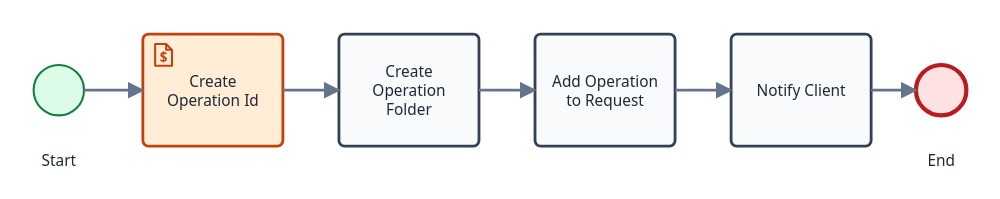
Before: operations/131_Create Operation Process.svg, a diagram exported from BPMN (acarvajalperez/bpmn-diagrams). Its source is kept beside it as operations/131_Create Operation Process.bpmn. Ids are renumbered.
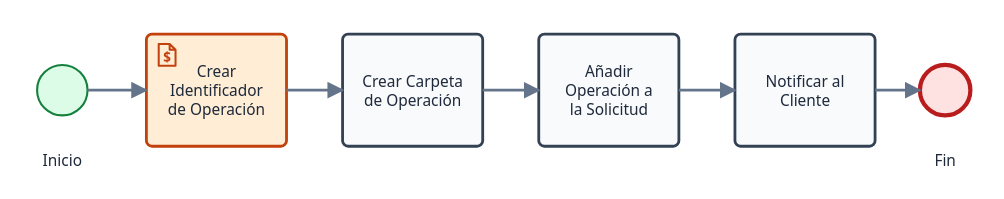
The same diagram one commit later.

Diff of the diagram source:
```diff
@@ -1,10 +1,10 @@
 <bpmn:definitions xmlns:bpmn="http://www.omg.org/spec/BPMN/20100524/MODEL" xmlns:bpmndi="http://www.omg.org/spec/BPMN/20100524/DI" xmlns:dc="http://www.omg.org/spec/DD/20100524/DC" xmlns:bioc="http://bpmn.io/schema/bpmn/biocolor/1.0" xmlns:color="http://www.omg.org/spec/BPMN/non-normative/color/1.0" xmlns:di="http://www.omg.org/spec/DD/20100524/DI" xmlns:zeebe="http://camunda.org/schema/zeebe/1.0" xmlns:modeler="http://camunda.org/schema/modeler/1.0" id="Definitions_1" targetNamespace="http://bpmn.io/schema/bpmn" exporter="Camunda Modeler" exporterVersion="5.51.1" modeler:executionPlatform="Camunda Cloud" modeler:executionPlatformVersion="8.8.0">
-  <bpmn:process id="process-create-operation" name="Create Operation Process" isExecutable="true">
-    <bpmn:task id="Activity_n1" name="Create Operation Folder">
+  <bpmn:process id="process-create-operation" name="Proceso de Creación de Operación" isExecutable="true">
+    <bpmn:task id="Activity_n1" name="Crear Carpeta de Operación">
       <bpmn:incoming>Flow_n2</bpmn:incoming>
       <bpmn:outgoing>Flow_n3</bpmn:outgoing>
     </bpmn:task>
-    <bpmn:scriptTask id="Activity_n4" name="Create Operation Id">
+    <bpmn:scriptTask id="Activity_n4" name="Crear Identificador de Operación">
       <bpmn:extensionElements>
         <zeebe:script expression="=uuid()" resultVariable="operationId" />
         <zeebe:ioMapping>
@@ -14,7 +14,7 @@
       <bpmn:incoming>Flow_n5</bpmn:incoming>
       <bpmn:outgoing>Flow_n2</bpmn:outgoing>
     </bpmn:scriptTask>
-    <bpmn:endEvent id="Event_n6" name="End">
+    <bpmn:endEvent id="Event_n6" name="Fin">
       <bpmn:incoming>Flow_n7</bpmn:incoming>
     </bpmn:endEvent>
     <bpmn:sequenceFlow id="Flow_n5" sourceRef="StartEvent_1" targetRef="Activity_n4" />
@@ -22,14 +22,14 @@
     <bpmn:sequenceFlow id="Flow_n7" sourceRef="Activity_n9" targetRef="Event_n6" />
     <bpmn:sequenceFlow id="Flow_n3" sourceRef="Activity_n1" targetRef="add-operation-to-request-node" />
     <bpmn:sequenceFlow id="Flow_n2" sourceRef="Activity_n4" targetRef="Activity_n1" />
-    <bpmn:startEvent id="StartEvent_1" name="Start">
+    <bpmn:startEvent id="StartEvent_1" name="Inicio">
       <bpmn:outgoing>Flow_n5</bpmn:outgoing>
     </bpmn:startEvent>
-    <bpmn:task id="add-operation-to-request-node" name="Add Operation to Request">
+    <bpmn:task id="add-operation-to-request-node" name="Añadir Operación a la Solicitud">
       <bpmn:incoming>Flow_n3</bpmn:incoming>
       <bpmn:outgoing>Flow_n8</bpmn:outgoing>
     </bpmn:task>
-    <bpmn:task id="Activity_n9" name="Notify Client">
+    <bpmn:task id="Activity_n9" name="Notificar al Cliente">
       <bpmn:incoming>Flow_n8</bpmn:incoming>
       <bpmn:outgoing>Flow_n7</bpmn:outgoing>
     </bpmn:task>
```
